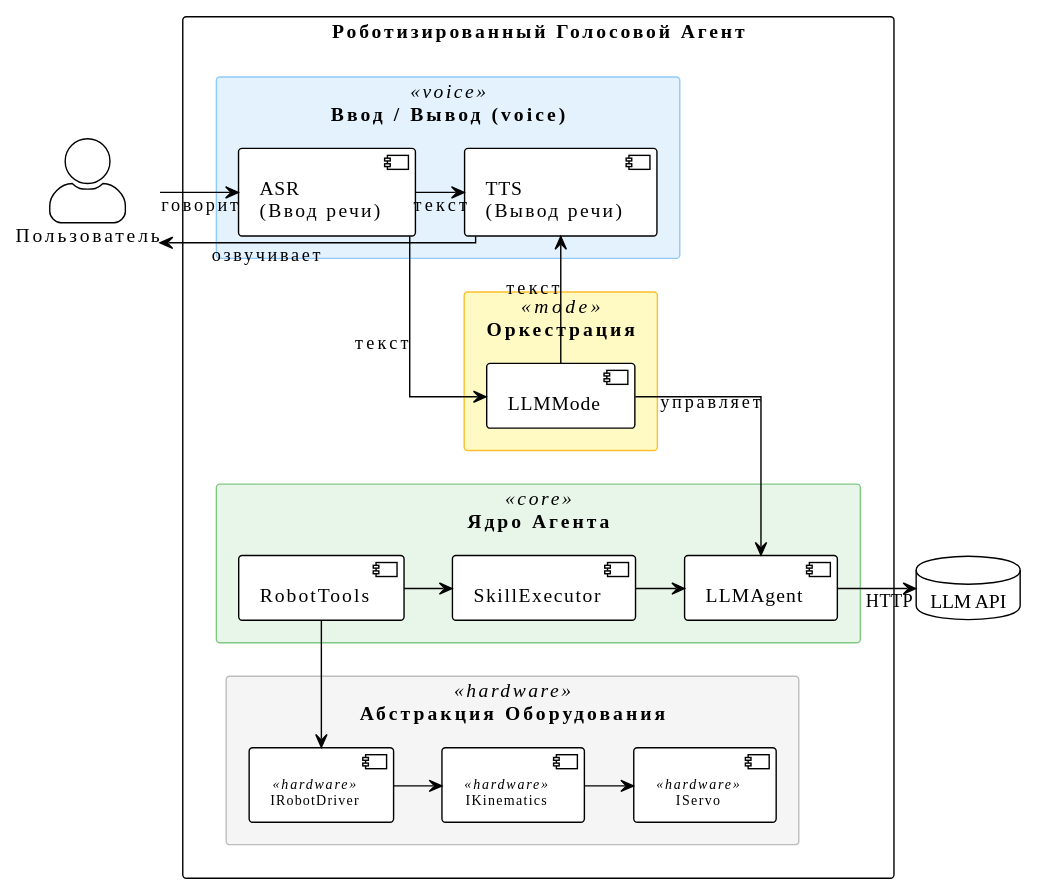
This is docs/diagram.svg from EgorMichel/AIRobot, a PlantUML export, as it was before one commit. Source of this version:
```plantuml
@startuml
!theme plain

skinparam componentStyle uml2
skinparam actorStyle awesome
skinparam packageStyle rect
skinparam linetype ortho
skinparam shadowing false

skinparam package<<voice>> {
  BackgroundColor #E3F2FD
  BorderColor #90CAF9
}

skinparam package<<mode>> {
  BackgroundColor #FFF9C4
  BorderColor #FBC02D
}

skinparam package<<core>> {
  BackgroundColor #E8F5E9
  BorderColor #81C784
}

skinparam package<<hardware>> {
  BackgroundColor #F5F5F5
  BorderColor #BDBDBD
}

skinparam component<<hardware>> {
  FontSize 10
}

actor "Пользователь" as User
database "LLM API" as LLM_API

package "Роботизированный Голосовой Агент" {

  package "Ввод / Вывод (voice)" <<voice>> {
    [ASR\n(Ввод речи)] as ASR
    [TTS\n(Вывод речи)] as TTS

    ASR -right-> TTS : текст
  }

  package "Оркестрация" <<mode>> {
    [LLMMode] as Policy
  }

  package "Ядро Агента" <<core>> {
    [SkillExecutor] as Executor
    [RobotTools] as Tools
    [LLMAgent] as Agent

    Tools -right-> Executor
    Executor -right-> Agent
  }

  package "Абстракция Оборудования" <<hardware>> {
    component "IRobotDriver" as IDriver <<hardware>>
    component "IKinematics" as IKinematics <<hardware>>
    component "IServo" as IServo <<hardware>>

    IDriver -right-> IKinematics
    IKinematics -right-> IServo
  }
}

User -right-> ASR : говорит
TTS -left-> User : озвучивает

ASR -down-> Policy : текст
Policy -down-> TTS : текст

Policy -down-> Agent : управляет

Agent -right-> LLM_API : HTTP

Tools -down-> IDriver
@enduml
```
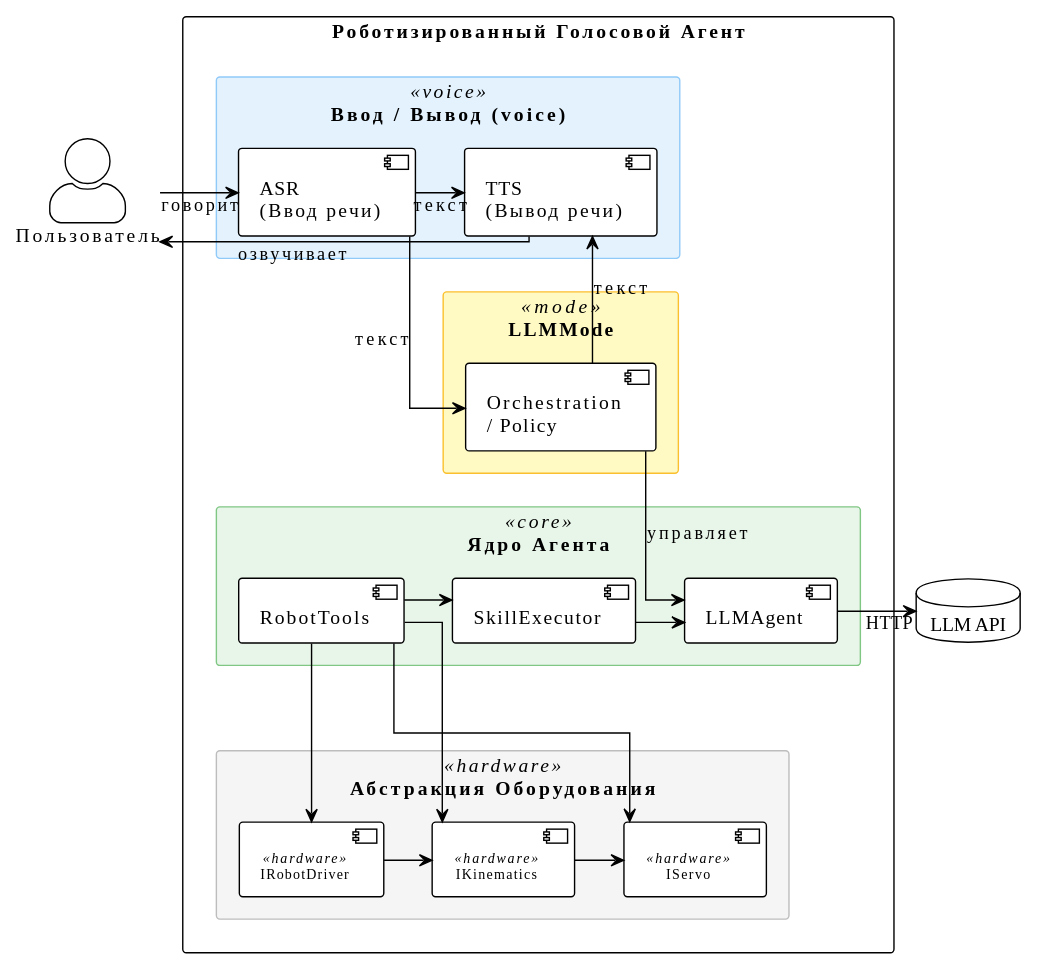
The same diagram one commit later.

Change to the diagram source:
```diff
@@ -43,8 +43,8 @@
     ASR -right-> TTS : текст
   }
 
-  package "Оркестрация" <<mode>> {
-    [LLMMode] as Policy
+  package "LLMMode" <<mode>> {
+    [Orchestration\n/ Policy] as Policy
   }
 
   package "Ядро Агента" <<core>> {
@@ -74,7 +74,9 @@
 
 Policy -down-> Agent : управляет
 
-Agent -right-> LLM_API : HTTP
+Agent --right--> LLM_API : HTTP
 
-Tools -down-> IDriver
+Tools --down-> IDriver
+Tools --down-> IKinematics
+Tools --down-> IServo
 @enduml
```
